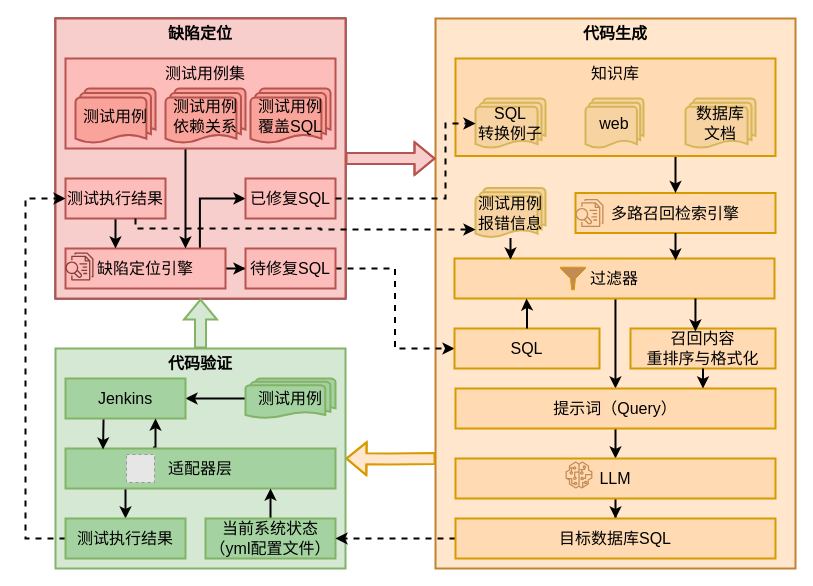
Olive-2019/drawio-source keeps this draw.io diagram as architecture.drawio. Above is the earlier version. Source tidied: cells renumbered, new cells numbered last; positions are measured from the earlier drawing's top-left corner, leaving out a move shared by most shapes. Both pictures are drawn from the tidied source at 100%, with x=0, y=0 at pixel (25, 18). Pictures stored in the file or linked from it are replaced by grey dashed boxes.
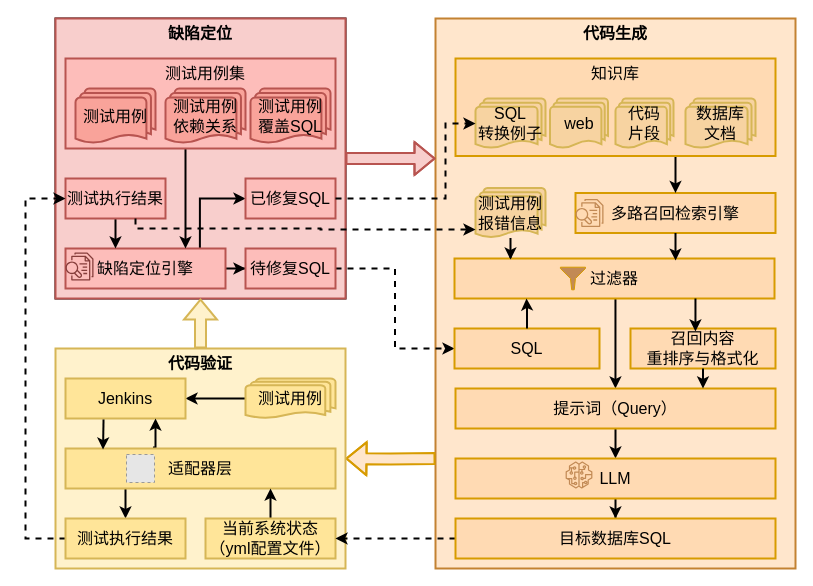
The same diagram, later.

Unchanged cells that the change refers to:
```xml
<mxCell id="2" style="rounded=0;whiteSpace=wrap;html=1;strokeWidth=2;fillColor=default;" parent="1" vertex="1">
  <mxGeometry x="30" width="290" height="280" as="geometry" />
</mxCell>
```

What changed in the source:
```diff
@@
-    <mxCell id="5" style="edgeStyle=orthogonalEdgeStyle;rounded=0;jettySize=auto;html=1;entryX=0.5;entryY=1;entryDx=0;entryDy=0;shape=flexArrow;fillColor=#d5e8d4;strokeColor=#82b366;strokeWidth=2;" parent="1" edge="1" source="21" target="2">
+    <mxCell id="5" style="edgeStyle=orthogonalEdgeStyle;rounded=0;jettySize=auto;html=1;entryX=0.5;entryY=1;entryDx=0;entryDy=0;shape=flexArrow;fillColor=#fff2cc;strokeColor=#d6b656;strokeWidth=2;" parent="1" edge="1" source="21" target="2">
       <mxGeometry relative="1" as="geometry" />
     </mxCell>
@@
-    <mxCell id="21" style="rounded=0;whiteSpace=wrap;html=1;strokeWidth=2;fillColor=#d5e8d4;strokeColor=#82b366;" parent="1" vertex="1">
+    <mxCell id="21" style="rounded=0;whiteSpace=wrap;html=1;strokeWidth=2;fillColor=#fff2cc;strokeColor=#d6b656;" parent="1" vertex="1">
       <mxGeometry x="30" y="330" width="290" height="220" as="geometry" />
     </mxCell>
@@
-    <mxCell id="23" value="测试用例" style="strokeWidth=2;html=1;shape=mxgraph.flowchart.multi-document;whiteSpace=wrap;fontSize=16;fillColor=#a4d3a1;strokeColor=#82b366;" parent="1" vertex="1">
+    <mxCell id="23" value="测试用例" style="strokeWidth=2;html=1;shape=mxgraph.flowchart.multi-document;whiteSpace=wrap;fontSize=16;fillColor=#FFE599;strokeColor=#d6b656;" parent="1" vertex="1">
       <mxGeometry x="220" y="360" width="90" height="40" as="geometry" />
     </mxCell>
-    <mxCell id="24" value="Jenkins" style="rounded=0;whiteSpace=wrap;html=1;fontSize=16;strokeWidth=2;strokeColor=#82b366;align=center;verticalAlign=middle;fontFamily=Helvetica;fontColor=default;fillColor=#a4d3a1;" parent="1" vertex="1">
+    <mxCell id="24" value="Jenkins" style="rounded=0;whiteSpace=wrap;html=1;fontSize=16;strokeWidth=2;strokeColor=#d6b656;align=center;verticalAlign=middle;fontFamily=Helvetica;fillColor=#FFE599;" parent="1" vertex="1">
       <mxGeometry x="40" y="360" width="120" height="40" as="geometry" />
     </mxCell>
@@
-    <mxCell id="27" value="适配器层" style="rounded=0;whiteSpace=wrap;html=1;fontSize=16;strokeWidth=2;strokeColor=#82b366;align=center;verticalAlign=middle;fontFamily=Helvetica;fontColor=default;fillColor=#a4d3a1;" parent="1" vertex="1">
+    <mxCell id="27" value="适配器层" style="rounded=0;whiteSpace=wrap;html=1;fontSize=16;strokeWidth=2;strokeColor=#d6b656;align=center;verticalAlign=middle;fontFamily=Helvetica;fillColor=#FFE599;" parent="1" vertex="1">
       <mxGeometry x="40" y="430" width="270" height="40" as="geometry" />
     </mxCell>
@@
-    <mxCell id="29" value="当前系统状态（yml配置文件）" style="rounded=0;whiteSpace=wrap;html=1;fontSize=16;strokeWidth=2;strokeColor=#82b366;align=center;verticalAlign=middle;fontFamily=Helvetica;fontColor=default;fillColor=#a4d3a1;" parent="1" vertex="1">
+    <mxCell id="29" value="当前系统状态（yml配置文件）" style="rounded=0;whiteSpace=wrap;html=1;fontSize=16;strokeWidth=2;strokeColor=#d6b656;align=center;verticalAlign=middle;fontFamily=Helvetica;fillColor=#FFE599;" parent="1" vertex="1">
       <mxGeometry x="180" y="500" width="130" height="40" as="geometry" />
     </mxCell>
@@
-    <mxCell id="31" value="&lt;span style=&quot;font-size: 16px;&quot;&gt;测试执行结果&lt;/span&gt;" style="rounded=0;whiteSpace=wrap;html=1;fontSize=16;strokeWidth=2;strokeColor=#82b366;align=center;verticalAlign=middle;fontFamily=Helvetica;fontColor=default;fillColor=#a4d3a1;" parent="1" vertex="1">
+    <mxCell id="31" value="&lt;span style=&quot;font-size: 16px;&quot;&gt;测试执行结果&lt;/span&gt;" style="rounded=0;whiteSpace=wrap;html=1;fontSize=16;strokeWidth=2;strokeColor=#d6b656;align=center;verticalAlign=middle;fontFamily=Helvetica;fillColor=#FFE599;" parent="1" vertex="1">
       <mxGeometry x="40" y="500" width="120" height="40" as="geometry" />
     </mxCell>
@@
     <mxCell id="53" value="&lt;div style=&quot;font-size: 16px;&quot;&gt;&lt;span style=&quot;font-size: 16px;&quot;&gt;web&lt;/span&gt;&lt;/div&gt;" style="strokeWidth=2;html=1;shape=mxgraph.flowchart.multi-document;whiteSpace=wrap;strokeColor=#d6b656;align=center;verticalAlign=middle;fontFamily=Helvetica;fontSize=16;fontColor=default;fillColor=#f7d3a1;" parent="1" vertex="1">
-      <mxGeometry x="560" y="80" width="58" height="50" as="geometry" />
+      <mxGeometry x="524.5" y="80" width="58" height="50" as="geometry" />
     </mxCell>
@@
+    <mxCell id="67" value="&lt;div style=&quot;font-size: 16px;&quot;&gt;代码&lt;/div&gt;&lt;div style=&quot;font-size: 16px;&quot;&gt;片段&lt;/div&gt;" style="strokeWidth=2;html=1;shape=mxgraph.flowchart.multi-document;whiteSpace=wrap;strokeColor=#d6b656;align=center;verticalAlign=middle;fontFamily=Helvetica;fontSize=16;fontColor=default;fillColor=#f7d3a1;" parent="1" vertex="1">
+      <mxGeometry x="590" y="80" width="58" height="50" as="geometry" />
+    </mxCell>
```
